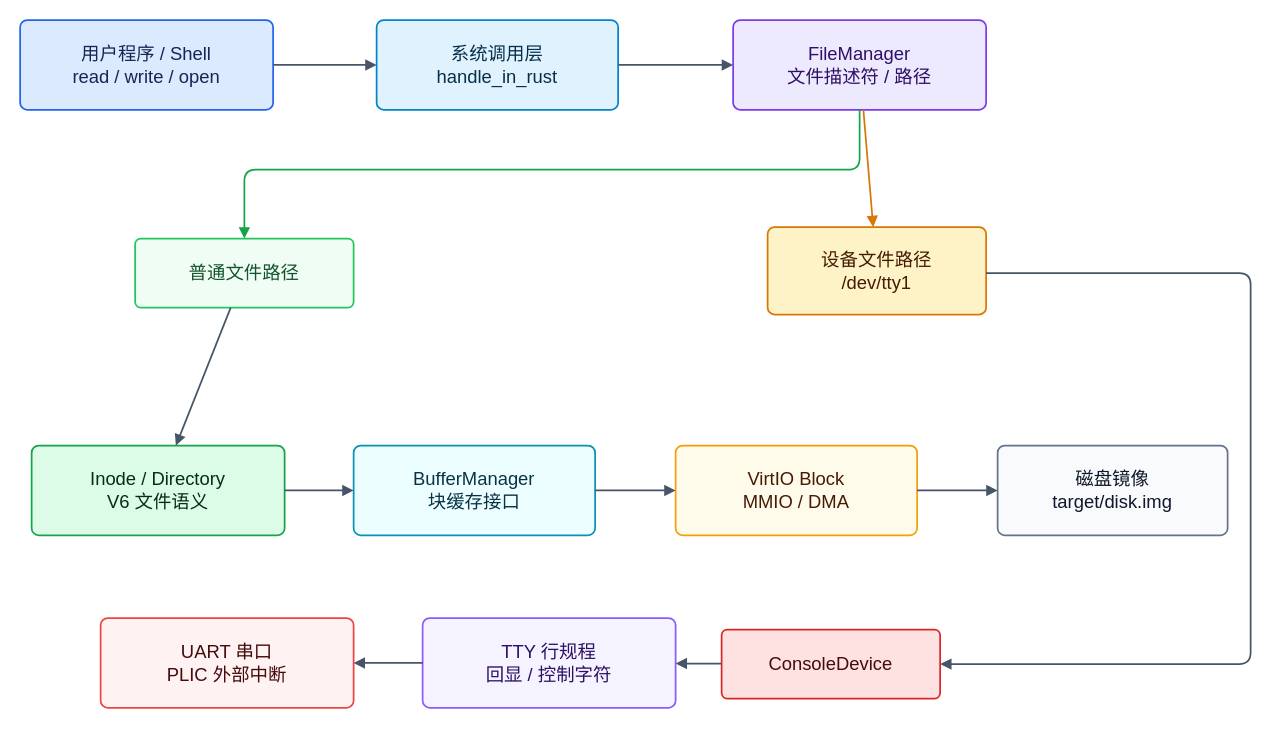
Before: figures/fs-device-path.drawio in greatbridf/Thesis, a draw.io diagram. Source tidied: cells renumbered, new cells numbered last; positions are measured from the earlier drawing's top-left corner, leaving out a move shared by most shapes. Both pictures are drawn from the tidied source at 115%, with x=0, y=0 at pixel (20, 20).
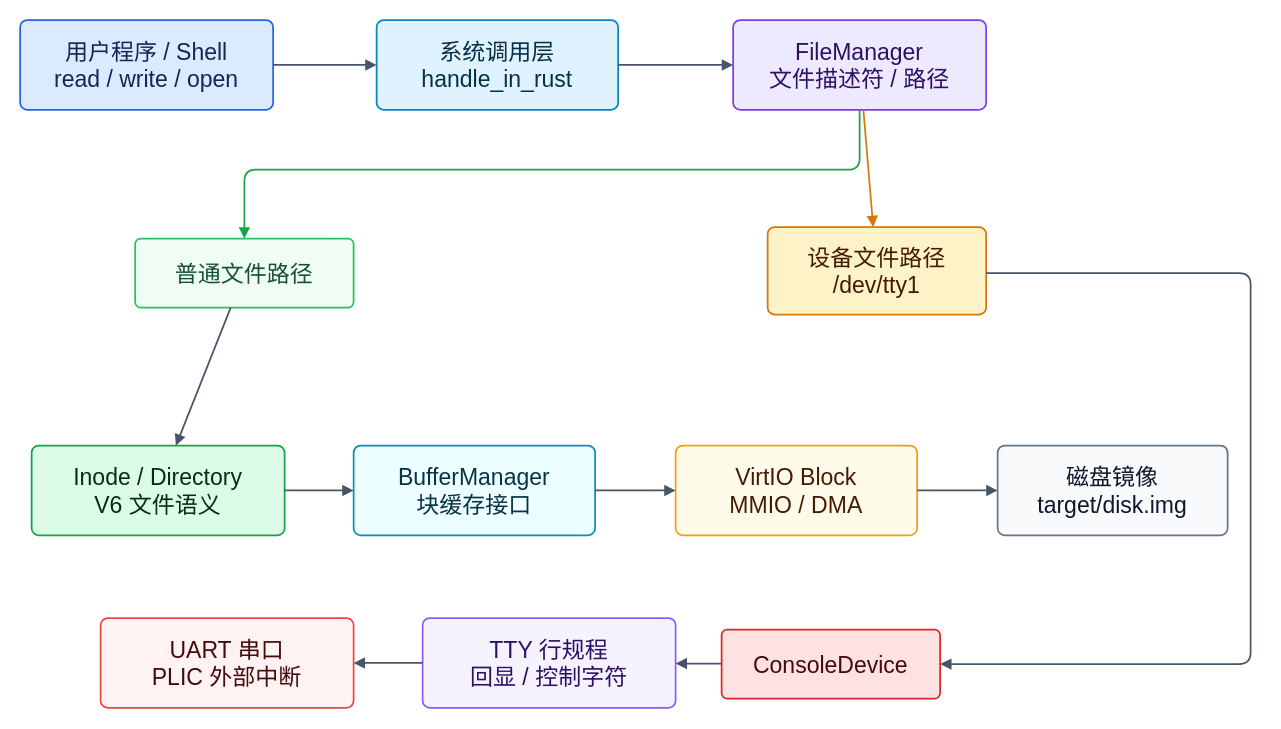
The same page after the edit.

What changed in the source:
```diff
@@
-    <mxCell id="2" value="用户程序 / Shell&lt;br&gt;read / write / open" style="rounded=1;whiteSpace=wrap;html=1;fillColor=#dbeafe;strokeColor=#2563eb;fontColor=#172554;arcSize=8;strokeWidth=1.5;fontSize=16;" parent="1" vertex="1">
+    <mxCell id="2" value="用户程序 / Shell&lt;br&gt;read / write / open" style="rounded=1;whiteSpace=wrap;html=1;fillColor=#dbeafe;strokeColor=#2563eb;fontColor=#172554;arcSize=8;strokeWidth=1.5;fontSize=20;" parent="1" vertex="1">
       <mxGeometry width="220" height="78" as="geometry" />
     </mxCell>
-    <mxCell id="3" value="系统调用层&lt;br&gt;handle_in_rust" style="rounded=1;whiteSpace=wrap;html=1;fillColor=#e0f2fe;strokeColor=#0284c7;fontColor=#082f49;arcSize=8;strokeWidth=1.5;fontSize=16;" parent="1" vertex="1">
+    <mxCell id="3" value="系统调用层&lt;br&gt;handle_in_rust" style="rounded=1;whiteSpace=wrap;html=1;fillColor=#e0f2fe;strokeColor=#0284c7;fontColor=#082f49;arcSize=8;strokeWidth=1.5;fontSize=20;" parent="1" vertex="1">
       <mxGeometry x="310" width="210" height="78" as="geometry" />
     </mxCell>
-    <mxCell id="4" value="FileManager&lt;br&gt;文件描述符 / 路径" style="rounded=1;whiteSpace=wrap;html=1;fillColor=#ede9fe;strokeColor=#7c3aed;fontColor=#2e1065;arcSize=8;strokeWidth=1.5;fontSize=16;" parent="1" vertex="1">
+    <mxCell id="4" value="FileManager&lt;br&gt;文件描述符 / 路径" style="rounded=1;whiteSpace=wrap;html=1;fillColor=#ede9fe;strokeColor=#7c3aed;fontColor=#2e1065;arcSize=8;strokeWidth=1.5;fontSize=20;" parent="1" vertex="1">
       <mxGeometry x="620" width="220" height="78" as="geometry" />
     </mxCell>
-    <mxCell id="5" value="普通文件路径" style="rounded=1;whiteSpace=wrap;html=1;fillColor=#f0fdf4;strokeColor=#22c55e;fontColor=#14532d;arcSize=8;strokeWidth=1.5;fontSize=16;" parent="1" vertex="1">
+    <mxCell id="5" value="普通文件路径" style="rounded=1;whiteSpace=wrap;html=1;fillColor=#f0fdf4;strokeColor=#22c55e;fontColor=#14532d;arcSize=8;strokeWidth=1.5;fontSize=20;" parent="1" vertex="1">
       <mxGeometry x="100" y="190" width="190" height="60" as="geometry" />
     </mxCell>
-    <mxCell id="6" value="设备文件路径&lt;br&gt;/dev/tty1" style="rounded=1;whiteSpace=wrap;html=1;fillColor=#fef3c7;strokeColor=#d97706;fontColor=#451a03;arcSize=8;strokeWidth=1.5;fontSize=16;" parent="1" vertex="1">
+    <mxCell id="6" value="设备文件路径&lt;br&gt;/dev/tty1" style="rounded=1;whiteSpace=wrap;html=1;fillColor=#fef3c7;strokeColor=#d97706;fontColor=#451a03;arcSize=8;strokeWidth=1.5;fontSize=20;" parent="1" vertex="1">
       <mxGeometry x="650" y="180" width="190" height="76" as="geometry" />
     </mxCell>
-    <mxCell id="7" value="Inode / Directory&lt;br&gt;V6 文件语义" style="rounded=1;whiteSpace=wrap;html=1;fillColor=#dcfce7;strokeColor=#16a34a;fontColor=#052e16;arcSize=8;strokeWidth=1.5;fontSize=16;" parent="1" vertex="1">
+    <mxCell id="7" value="Inode / Directory&lt;br&gt;V6 文件语义" style="rounded=1;whiteSpace=wrap;html=1;fillColor=#dcfce7;strokeColor=#16a34a;fontColor=#052e16;arcSize=8;strokeWidth=1.5;fontSize=20;" parent="1" vertex="1">
       <mxGeometry x="10" y="370" width="220" height="78" as="geometry" />
     </mxCell>
-    <mxCell id="8" value="BufferManager&lt;br&gt;块缓存接口" style="rounded=1;whiteSpace=wrap;html=1;fillColor=#ecfeff;strokeColor=#0891b2;fontColor=#083344;arcSize=8;strokeWidth=1.5;fontSize=16;" parent="1" vertex="1">
+    <mxCell id="8" value="BufferManager&lt;br&gt;块缓存接口" style="rounded=1;whiteSpace=wrap;html=1;fillColor=#ecfeff;strokeColor=#0891b2;fontColor=#083344;arcSize=8;strokeWidth=1.5;fontSize=20;" parent="1" vertex="1">
       <mxGeometry x="290" y="370" width="210" height="78" as="geometry" />
     </mxCell>
-    <mxCell id="9" value="VirtIO Block&lt;br&gt;MMIO / DMA" style="rounded=1;whiteSpace=wrap;html=1;fillColor=#fffbeb;strokeColor=#f59e0b;fontColor=#451a03;arcSize=8;strokeWidth=1.5;fontSize=16;" parent="1" vertex="1">
+    <mxCell id="9" value="VirtIO Block&lt;br&gt;MMIO / DMA" style="rounded=1;whiteSpace=wrap;html=1;fillColor=#fffbeb;strokeColor=#f59e0b;fontColor=#451a03;arcSize=8;strokeWidth=1.5;fontSize=20;" parent="1" vertex="1">
       <mxGeometry x="570" y="370" width="210" height="78" as="geometry" />
     </mxCell>
-    <mxCell id="10" value="磁盘镜像&lt;br&gt;target/disk.img" style="rounded=1;whiteSpace=wrap;html=1;fillColor=#f8fafc;strokeColor=#64748b;fontColor=#0f172a;arcSize=8;strokeWidth=1.5;fontSize=16;" parent="1" vertex="1">
+    <mxCell id="10" value="磁盘镜像&lt;br&gt;target/disk.img" style="rounded=1;whiteSpace=wrap;html=1;fillColor=#f8fafc;strokeColor=#64748b;fontColor=#0f172a;arcSize=8;strokeWidth=1.5;fontSize=20;" parent="1" vertex="1">
       <mxGeometry x="850" y="370" width="200" height="78" as="geometry" />
     </mxCell>
-    <mxCell id="11" value="ConsoleDevice" style="rounded=1;whiteSpace=wrap;html=1;fillColor=#fee2e2;strokeColor=#dc2626;fontColor=#450a0a;arcSize=8;strokeWidth=1.5;fontSize=16;" parent="1" vertex="1">
+    <mxCell id="11" value="ConsoleDevice" style="rounded=1;whiteSpace=wrap;html=1;fillColor=#fee2e2;strokeColor=#dc2626;fontColor=#450a0a;arcSize=8;strokeWidth=1.5;fontSize=20;" parent="1" vertex="1">
       <mxGeometry x="610" y="530" width="190" height="60" as="geometry" />
     </mxCell>
-    <mxCell id="12" value="TTY 行规程&lt;br&gt;回显 / 控制字符" style="rounded=1;whiteSpace=wrap;html=1;fillColor=#f5f3ff;strokeColor=#8b5cf6;fontColor=#2e1065;arcSize=8;strokeWidth=1.5;fontSize=16;" parent="1" vertex="1">
+    <mxCell id="12" value="TTY 行规程&lt;br&gt;回显 / 控制字符" style="rounded=1;whiteSpace=wrap;html=1;fillColor=#f5f3ff;strokeColor=#8b5cf6;fontColor=#2e1065;arcSize=8;strokeWidth=1.5;fontSize=20;" parent="1" vertex="1">
       <mxGeometry x="350" y="520" width="220" height="78" as="geometry" />
     </mxCell>
-    <mxCell id="13" value="UART 串口&lt;br&gt;PLIC 外部中断" style="rounded=1;whiteSpace=wrap;html=1;fillColor=#fef2f2;strokeColor=#ef4444;fontColor=#450a0a;arcSize=8;strokeWidth=1.5;fontSize=16;" parent="1" vertex="1">
+    <mxCell id="13" value="UART 串口&lt;br&gt;PLIC 外部中断" style="rounded=1;whiteSpace=wrap;html=1;fillColor=#fef2f2;strokeColor=#ef4444;fontColor=#450a0a;arcSize=8;strokeWidth=1.5;fontSize=20;" parent="1" vertex="1">
       <mxGeometry x="70" y="520" width="220" height="78" as="geometry" />
     </mxCell>
```
